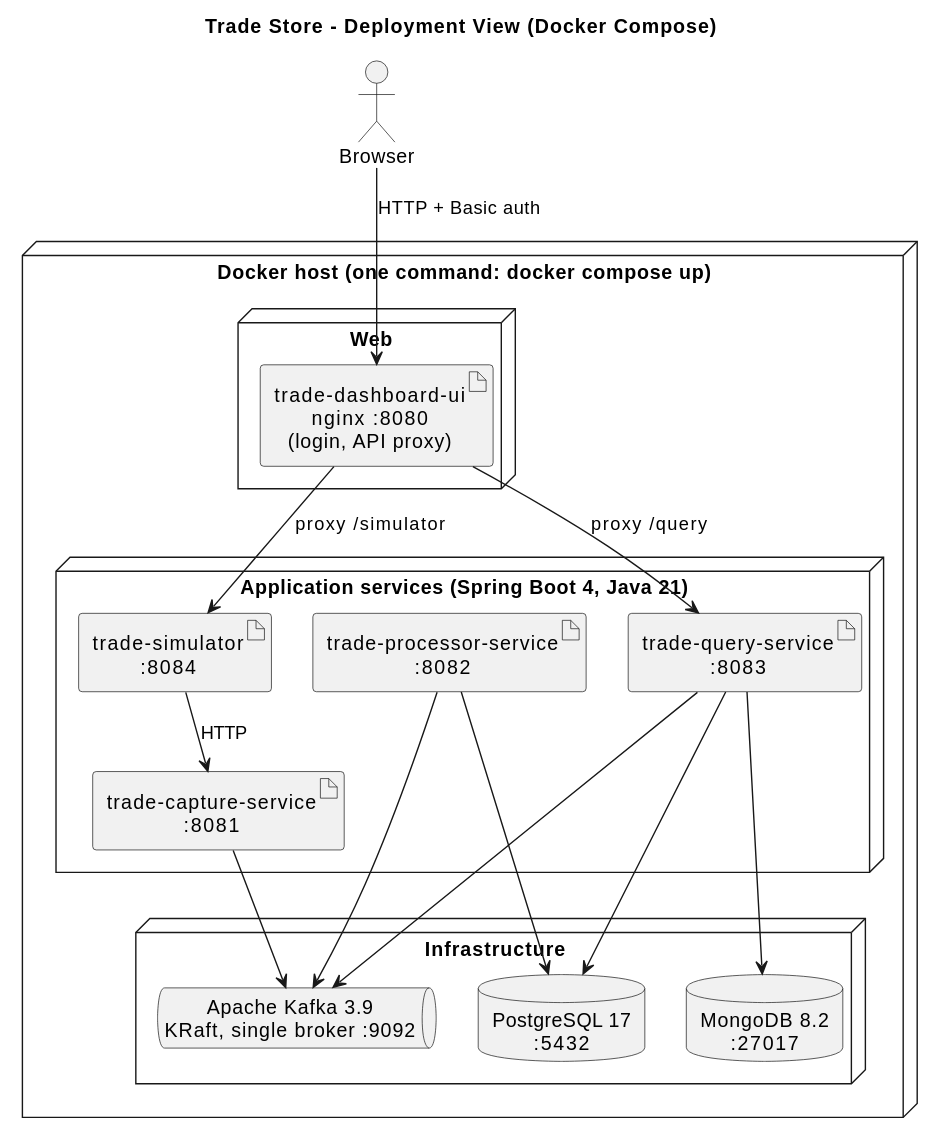
The PlantUML diagram docs/diagrams/deployment.svg in vijaydixitffis/dws-trade-app, before a commit.
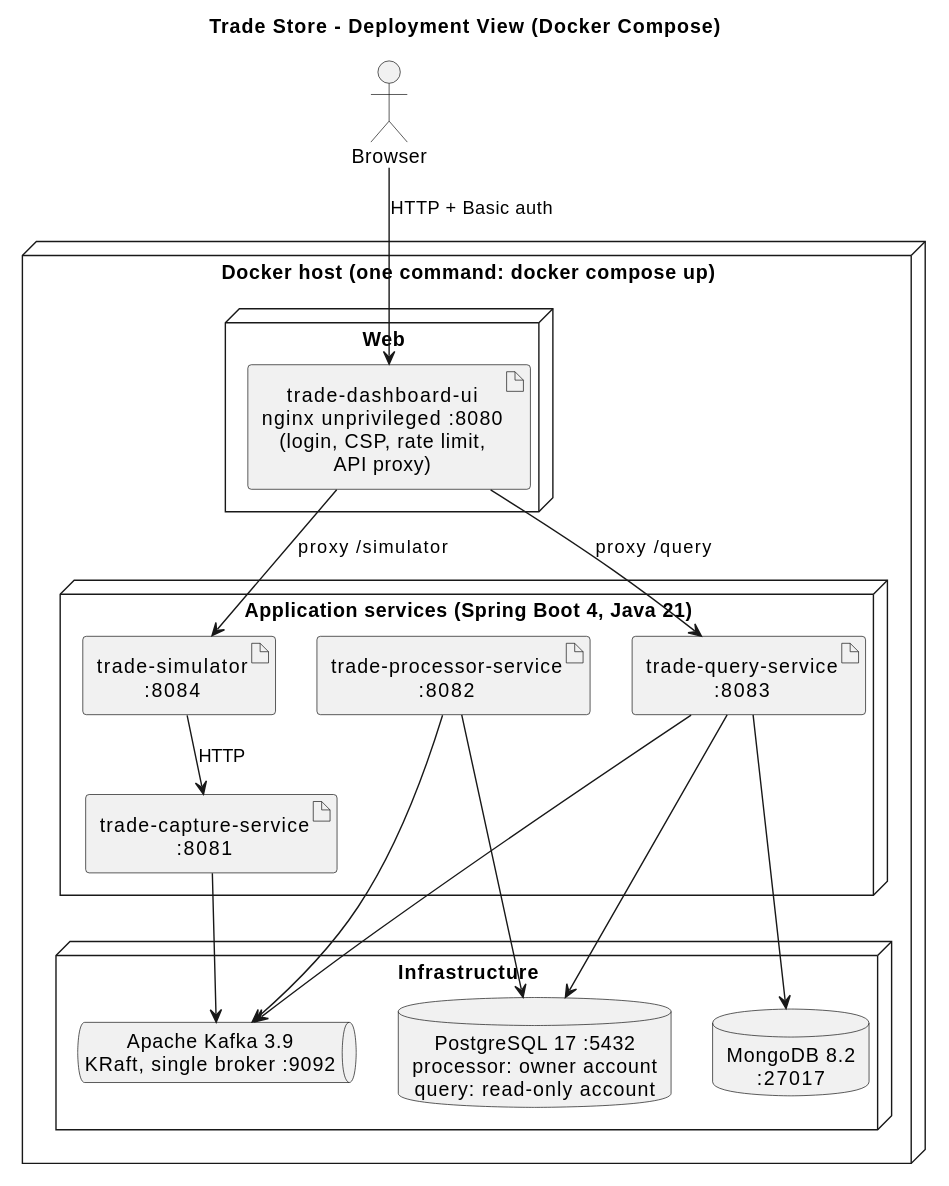
Above is the later version.

Change to the diagram source:
```diff
@@ -9,7 +9,7 @@
 
 node "Docker host (one command: docker compose up)" as host {
   node "Web" as web {
-    artifact "trade-dashboard-ui\nnginx :8080\n(login, API proxy)" as ui
+    artifact "trade-dashboard-ui\nnginx unprivileged :8080\n(login, CSP, rate limit,\nAPI proxy)" as ui
   }
   node "Application services (Spring Boot 4, Java 21)" as apps {
     artifact "trade-capture-service\n:8081" as capture
@@ -19,7 +19,7 @@
   }
   node "Infrastructure" as infra {
     queue "Apache Kafka 3.9\nKRaft, single broker :9092" as kafka
-    database "PostgreSQL 17\n:5432" as pg
+    database "PostgreSQL 17 :5432\nprocessor: owner account\nquery: read-only account" as pg
     database "MongoDB 8.2\n:27017" as mongo
   }
 }
```
